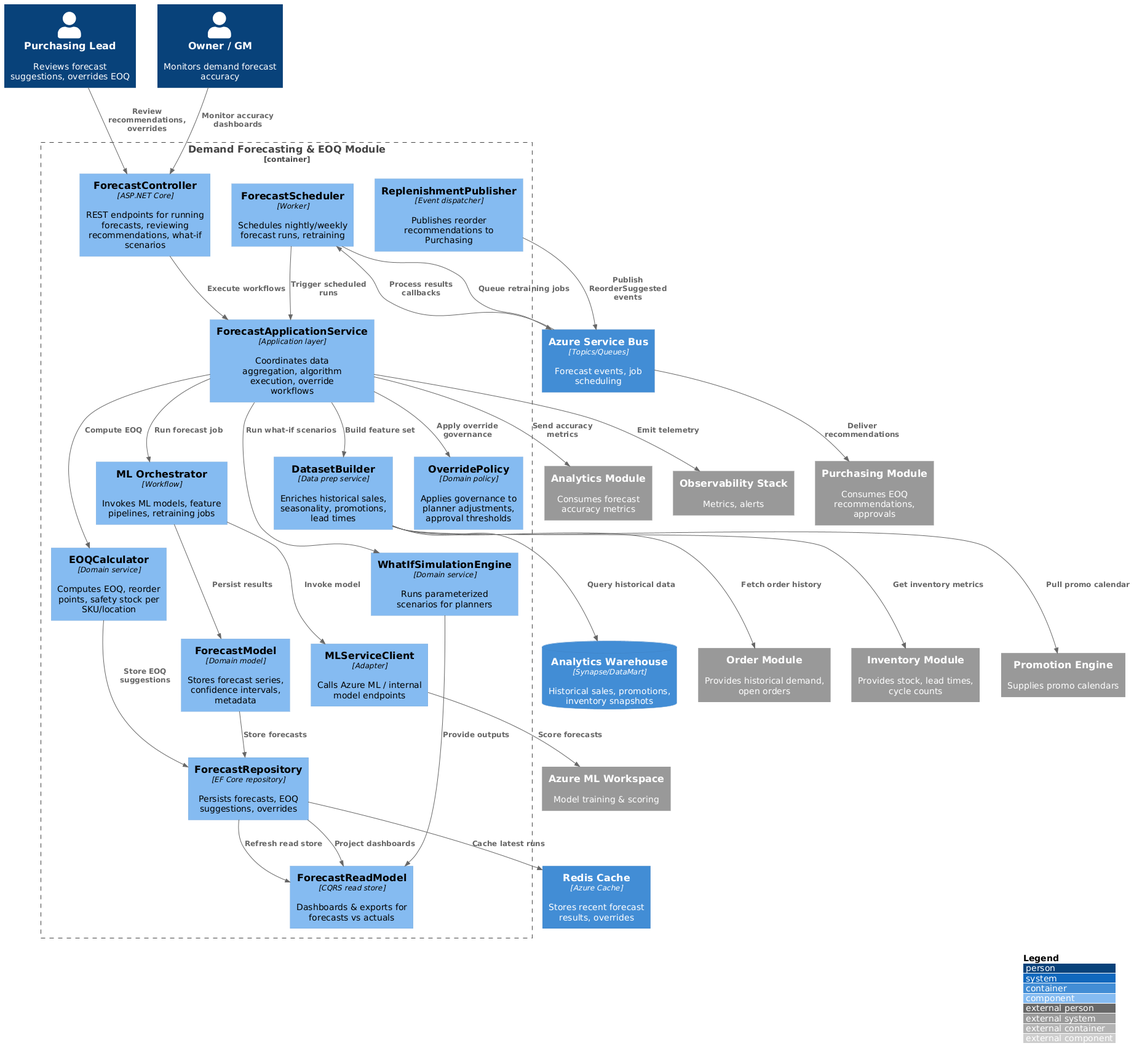
Before: Documents/media/attachments/C4_model/C3_component/C3_component_forecasting_module/PineConePro_ERPIMS_C3_Forecasting.png, a diagram exported from PlantUML (phapeee/ERP-Inventory-Management-System).
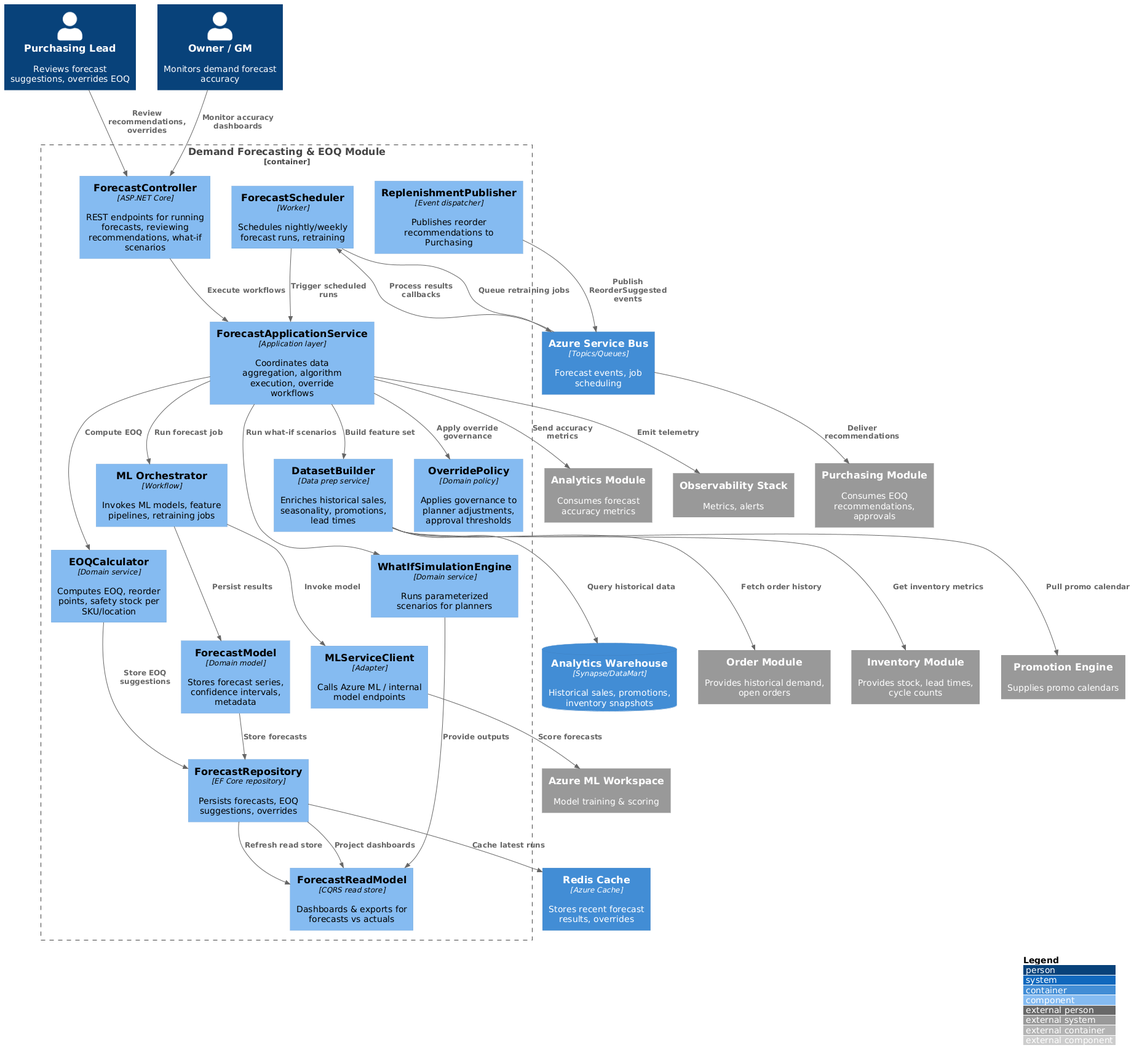
Later version of the same file.

Change to the diagram source:
```diff
@@ -1,4 +1,4 @@
-@startuml
+@startuml PineConePro_ERPIMS_C3_Forecasting
 !include https://raw.githubusercontent.com/plantuml-stdlib/C4-PlantUML/master/C4_Component.puml
 
 LAYOUT_WITH_LEGEND()
@@ -62,4 +62,5 @@
 Rel(queue, purchModule, "Deliver recommendations")
 Rel(forecastAppService, analyticsModule, "Send accuracy metrics")
 Rel(forecastAppService, observability, "Emit telemetry")
+
 @enduml
```
